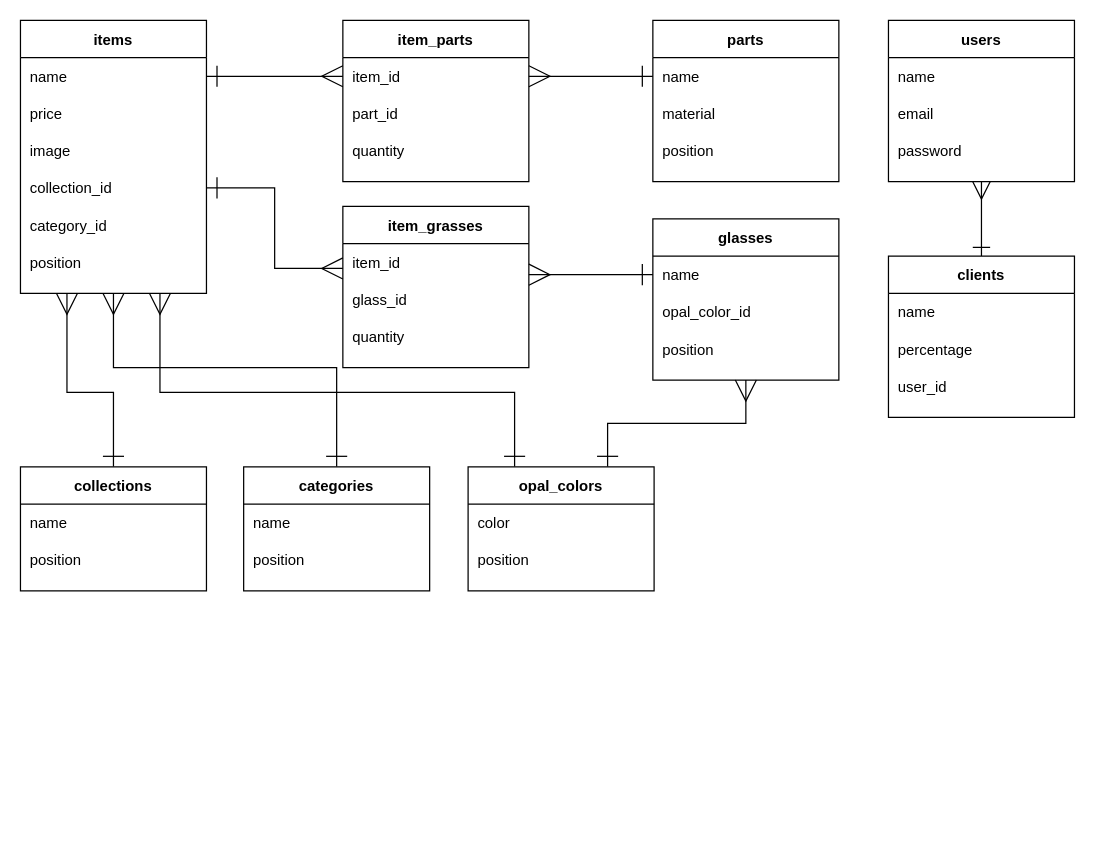
KentaroKageyama/aio_app keeps this draw.io diagram as ER.dio. Above is the earlier version. Source tidied: cells renumbered, new cells numbered last; positions are measured from the earlier drawing's top-left corner, leaving out a move shared by most shapes. Both pictures are drawn from the tidied source at 124%, with x=0, y=0 at pixel (20, 20).
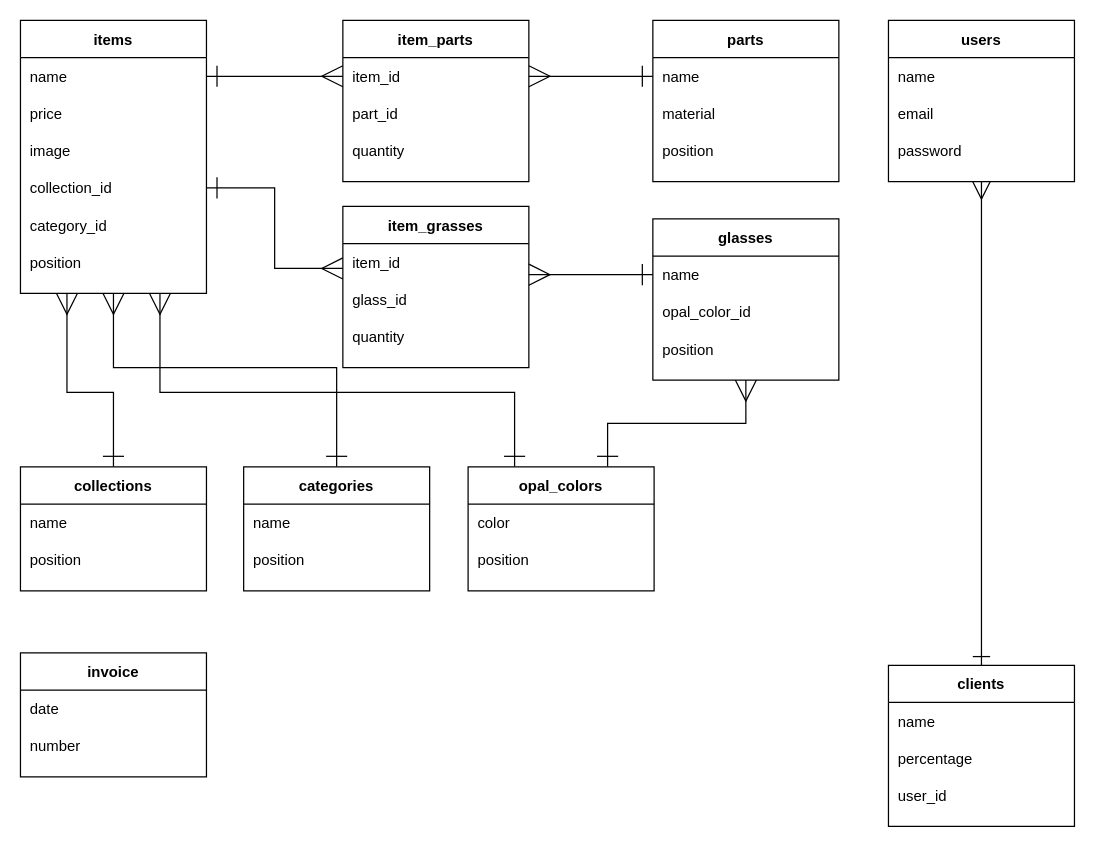
After the change.

Change to the diagram source:
```diff
@@
     <mxCell id="74" value="clients" style="shape=table;startSize=30;childLayout=tableLayout;rowLines=0;fontStyle=1;align=center;" parent="1" vertex="1">
-      <mxGeometry x="700" y="190" width="150" height="130" as="geometry" />
+      <mxGeometry x="700" y="520" width="150" height="130" as="geometry" />
     </mxCell>
@@
+    <mxCell id="81" value="invoice" style="shape=table;startSize=30;childLayout=tableLayout;rowLines=0;fontStyle=1;align=center;" parent="1" vertex="1">
+      <mxGeometry y="510" width="150" height="100" as="geometry" />
+    </mxCell>
+    <mxCell id="82" style="shape=partialRectangle;fillColor=none;top=0;left=0;bottom=0;right=0;" parent="81" vertex="1">
+      <mxGeometry y="30" width="150" height="30" as="geometry" />
+    </mxCell>
+    <mxCell id="83" value="date" style="shape=partialRectangle;fillColor=none;top=0;left=0;bottom=0;right=0;align=left;spacingLeft=6;overflow=hidden;" parent="82" vertex="1">
+      <mxGeometry width="150" height="30" as="geometry" />
+    </mxCell>
+    <mxCell id="84" style="shape=partialRectangle;fillColor=none;top=0;left=0;bottom=0;right=0;" parent="81" vertex="1">
+      <mxGeometry y="60" width="150" height="30" as="geometry" />
+    </mxCell>
+    <mxCell id="85" value="number" style="shape=partialRectangle;fillColor=none;top=0;left=0;bottom=0;right=0;align=left;spacingLeft=6;overflow=hidden;" parent="84" vertex="1">
+      <mxGeometry width="150" height="30" as="geometry" />
+    </mxCell>
```
